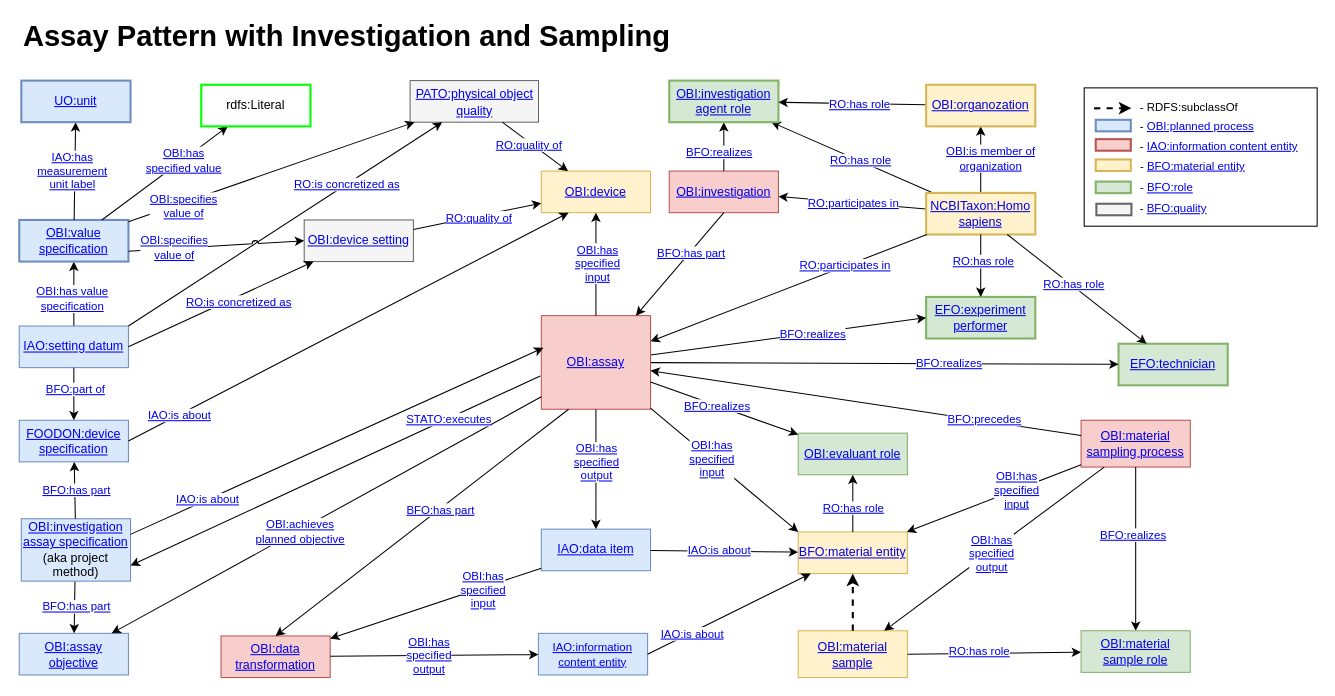
Earlier version of the draw.io diagram page "Investigation Pattern" (4 of 4) of docs/images/VIBSO_T-Box_graph_views.drawio (NFDI4Chem/VibrationalSpectroscopyOntology). Source tidied: cells renumbered, new cells numbered last; positions are measured from the earlier drawing's top-left corner, leaving out a move shared by most shapes. Both pictures are drawn from the tidied source at 104%, with x=0, y=0 at pixel (19, 20).
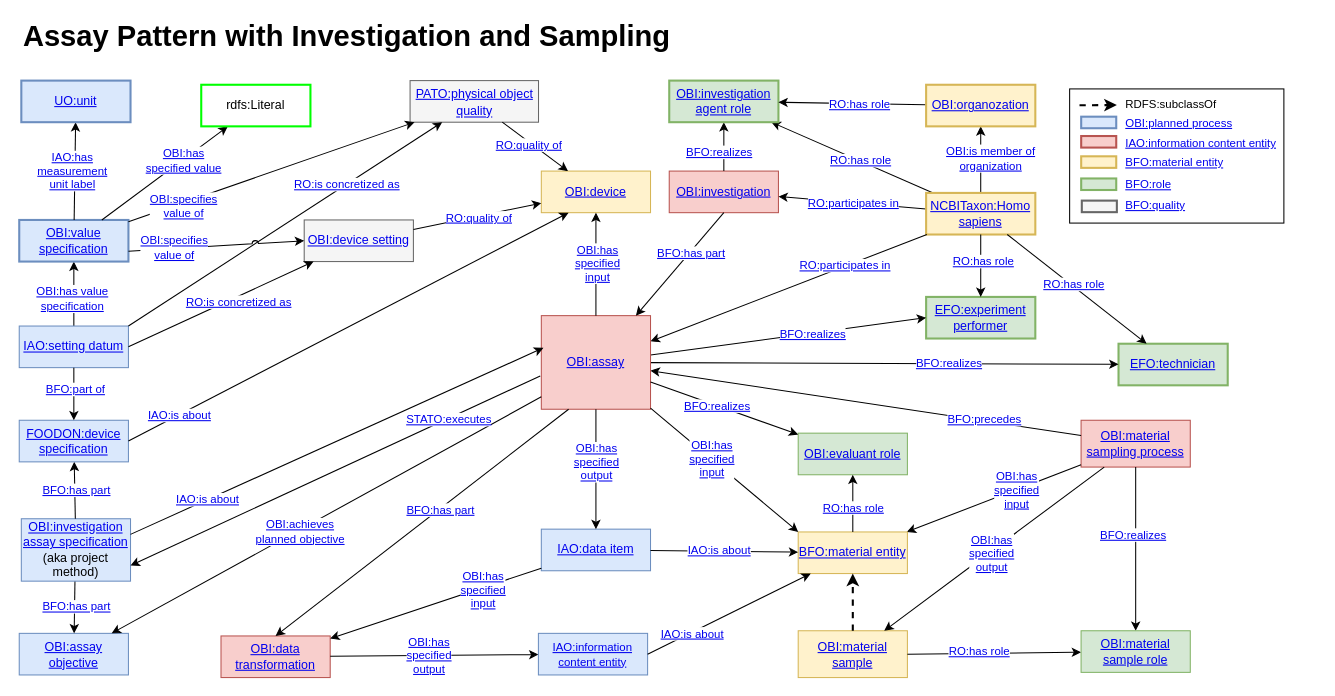
The same page after the edit.

What changed in the source:
```diff
@@
     <mxCell id="117" style="group;" parent="1" vertex="1">
-      <mxGeometry x="1024" y="65" width="224" height="133" as="geometry" />
+      <mxGeometry x="1010" y="62" width="224" height="133" as="geometry" />
     </mxCell>
-    <mxCell id="118" style="rounded=0;whiteSpace=wrap;html=1;" parent="117" vertex="1">
-      <mxGeometry width="224" height="133" as="geometry" />
+    <mxCell id="118" style="rounded=0;whiteSpace=wrap;html=1;fillColor=none;" parent="117" vertex="1">
+      <mxGeometry y="4" width="206" height="129" as="geometry" />
     </mxCell>
@@
-    <mxCell id="120" value="- RDFS:subclassOf" style="text;html=1;strokeColor=none;fillColor=none;align=left;verticalAlign=middle;whiteSpace=wrap;rounded=0;fontSize=11;" parent="117" vertex="1">
+    <mxCell id="120" value="RDFS:subclassOf" style="text;html=1;strokeColor=none;fillColor=none;align=left;verticalAlign=middle;whiteSpace=wrap;rounded=0;fontSize=11;" parent="117" vertex="1">
       <mxGeometry x="52" y="12.2" width="102.7" height="13" as="geometry" />
     </mxCell>
@@
-    <mxCell id="123" value="&lt;div style=&quot;font-size: 11px;&quot;&gt;- &lt;a href=&quot;https://terminology.nfdi4chem.de/ts/ontologies/obi/terms?iri=http%3A%2F%2Fpurl.obolibrary.org%2Fobo%2FOBI_0000011&quot;&gt;OBI:planned process&lt;/a&gt;&lt;/div&gt;" style="text;html=1;strokeColor=none;fillColor=none;align=left;verticalAlign=middle;whiteSpace=wrap;rounded=0;fontSize=11;" parent="117" vertex="1">
+    <mxCell id="123" value="&lt;div style=&quot;font-size: 11px;&quot;&gt;&lt;a href=&quot;https://terminology.nfdi4chem.de/ts/ontologies/obi/terms?iri=http%3A%2F%2Fpurl.obolibrary.org%2Fobo%2FOBI_0000011&quot;&gt;OBI:planned process&lt;/a&gt;&lt;/div&gt;" style="text;html=1;strokeColor=none;fillColor=none;align=left;verticalAlign=middle;whiteSpace=wrap;rounded=0;fontSize=11;" parent="117" vertex="1">
       <mxGeometry x="52" y="30.7" width="134" height="13" as="geometry" />
     </mxCell>
@@
-    <mxCell id="125" value="- &lt;a href=&quot;https://terminology.nfdi4chem.de/ts/ontologies/bfo/terms?iri=http%3A%2F%2Fpurl.obolibrary.org%2Fobo%2FBFO_0000040&quot;&gt;BFO:material entity&lt;/a&gt;" style="text;html=1;strokeColor=none;fillColor=none;align=center;verticalAlign=middle;whiteSpace=wrap;rounded=0;fontSize=11;" parent="117" vertex="1">
-      <mxGeometry x="49" y="68.8" width="111" height="13" as="geometry" />
+    <mxCell id="125" value="&lt;a href=&quot;https://terminology.nfdi4chem.de/ts/ontologies/bfo/terms?iri=http%3A%2F%2Fpurl.obolibrary.org%2Fobo%2FBFO_0000040&quot;&gt;BFO:material entity&lt;/a&gt;" style="text;html=1;strokeColor=none;fillColor=none;align=left;verticalAlign=middle;whiteSpace=wrap;rounded=0;fontSize=11;" parent="117" vertex="1">
+      <mxGeometry x="52" y="68.8" width="111" height="13" as="geometry" />
     </mxCell>
@@
-    <mxCell id="127" value="&lt;div style=&quot;font-size: 11px;&quot;&gt;&lt;span style=&quot;font-size: 11px;&quot;&gt;&lt;font style=&quot;font-size: 11px;&quot;&gt;- &lt;a href=&quot;https://terminology.nfdi4chem.de/ts/ontologies/bfo/terms?iri=http%3A%2F%2Fpurl.obolibrary.org%2Fobo%2FBFO_0000023&quot;&gt;BFO&lt;/a&gt;&lt;/font&gt;&lt;/span&gt;&lt;a href=&quot;https://terminology.nfdi4chem.de/ts/ontologies/bfo/terms?iri=http%3A%2F%2Fpurl.obolibrary.org%2Fobo%2FBFO_0000023&quot;&gt;:role&lt;/a&gt;&lt;span style=&quot;font-size: 11px;&quot;&gt;&lt;/span&gt;&lt;span style=&quot;font-size: 11px;&quot;&gt;&lt;/span&gt;&lt;/div&gt;&lt;div style=&quot;font-size: 11px;&quot;&gt;&lt;/div&gt;" style="text;html=1;strokeColor=none;fillColor=none;align=center;verticalAlign=middle;whiteSpace=wrap;rounded=0;fontSize=11;" parent="117" vertex="1">
-      <mxGeometry x="50.3" y="89.2" width="58.7" height="13" as="geometry" />
+    <mxCell id="127" value="&lt;div style=&quot;font-size: 11px;&quot;&gt;&lt;span style=&quot;font-size: 11px;&quot;&gt;&lt;font style=&quot;font-size: 11px;&quot;&gt;&lt;a href=&quot;https://terminology.nfdi4chem.de/ts/ontologies/bfo/terms?iri=http%3A%2F%2Fpurl.obolibrary.org%2Fobo%2FBFO_0000023&quot;&gt;BFO&lt;/a&gt;&lt;/font&gt;&lt;/span&gt;&lt;a href=&quot;https://terminology.nfdi4chem.de/ts/ontologies/bfo/terms?iri=http%3A%2F%2Fpurl.obolibrary.org%2Fobo%2FBFO_0000023&quot;&gt;:role&lt;/a&gt;&lt;span style=&quot;font-size: 11px;&quot;&gt;&lt;/span&gt;&lt;span style=&quot;font-size: 11px;&quot;&gt;&lt;/span&gt;&lt;/div&gt;&lt;div style=&quot;font-size: 11px;&quot;&gt;&lt;/div&gt;" style="text;html=1;strokeColor=none;fillColor=none;align=left;verticalAlign=middle;whiteSpace=wrap;rounded=0;fontSize=11;" parent="117" vertex="1">
+      <mxGeometry x="52" y="89.2" width="76" height="13" as="geometry" />
     </mxCell>
@@
-    <mxCell id="129" value="- &lt;a href=&quot;https://terminology.nfdi4chem.de/ts/ontologies/bfo/terms?iri=http%3A%2F%2Fpurl.obolibrary.org%2Fobo%2FBFO_0000023&quot;&gt;BFO:quality&lt;/a&gt;" style="text;html=1;strokeColor=none;fillColor=none;align=center;verticalAlign=middle;whiteSpace=wrap;rounded=0;fontSize=11;" parent="117" vertex="1">
-      <mxGeometry x="50.3" y="109.6" width="71.7" height="13" as="geometry" />
+    <mxCell id="129" value="&lt;a href=&quot;https://terminology.nfdi4chem.de/ts/ontologies/bfo/terms?iri=http%3A%2F%2Fpurl.obolibrary.org%2Fobo%2FBFO_0000023&quot;&gt;BFO:quality&lt;/a&gt;" style="text;html=1;strokeColor=none;fillColor=none;align=left;verticalAlign=middle;whiteSpace=wrap;rounded=0;fontSize=11;" parent="117" vertex="1">
+      <mxGeometry x="52" y="109.6" width="71.7" height="13" as="geometry" />
     </mxCell>
-    <mxCell id="130" value="&lt;div style=&quot;font-size: 11px;&quot;&gt;- &lt;a href=&quot;https://terminology.nfdi4chem.de/ts/ontologies/iao/terms?iri=http%3A%2F%2Fpurl.obolibrary.org%2Fobo%2FIAO_0000030&quot;&gt;IAO:information content entity&lt;/a&gt;&lt;br&gt;&lt;/div&gt;" style="text;html=1;strokeColor=none;fillColor=none;align=left;verticalAlign=middle;whiteSpace=wrap;rounded=0;fontSize=11;" parent="117" vertex="1">
+    <mxCell id="130" value="&lt;div style=&quot;font-size: 11px;&quot;&gt;&lt;a href=&quot;https://terminology.nfdi4chem.de/ts/ontologies/iao/terms?iri=http%3A%2F%2Fpurl.obolibrary.org%2Fobo%2FIAO_0000030&quot;&gt;IAO:information content entity&lt;/a&gt;&lt;br&gt;&lt;/div&gt;" style="text;html=1;strokeColor=none;fillColor=none;align=left;verticalAlign=middle;whiteSpace=wrap;rounded=0;fontSize=11;" parent="117" vertex="1">
       <mxGeometry x="52" y="49.3" width="160" height="13" as="geometry" />
     </mxCell>
```
